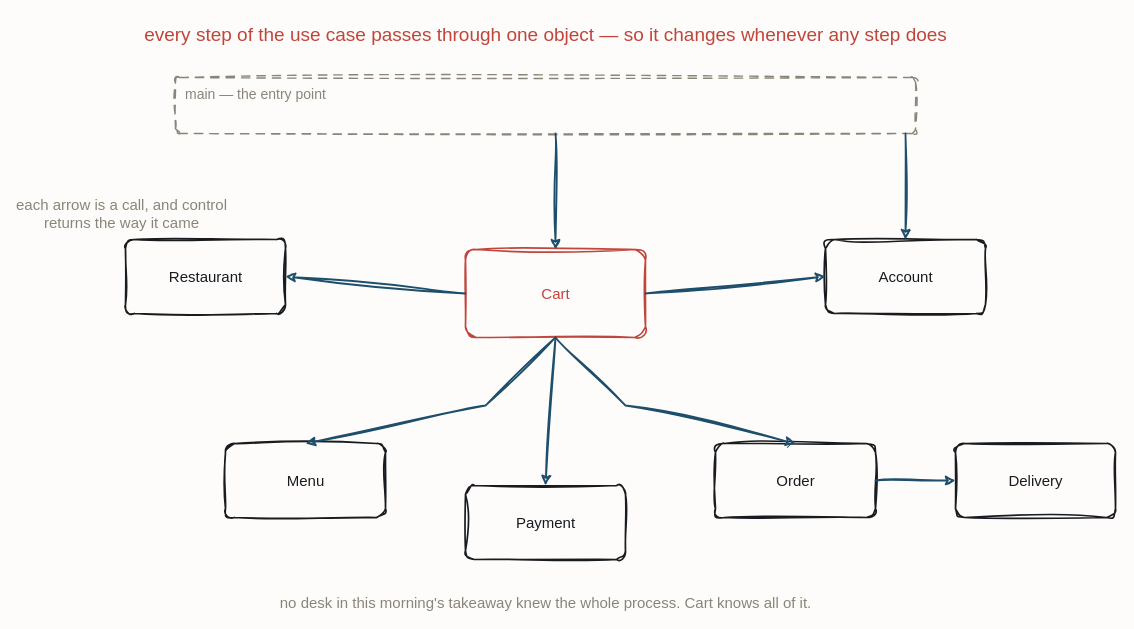
iancooper/practical-messaging keeps this draw.io diagram as resources/flow-call-and-return.drawio. Above is the earlier version. Source tidied: cells renumbered, new cells numbered last; positions are measured from the earlier drawing's top-left corner, leaving out a move shared by most shapes. Both pictures are drawn from the tidied source at 100%, with x=0, y=0 at pixel (61, 17).
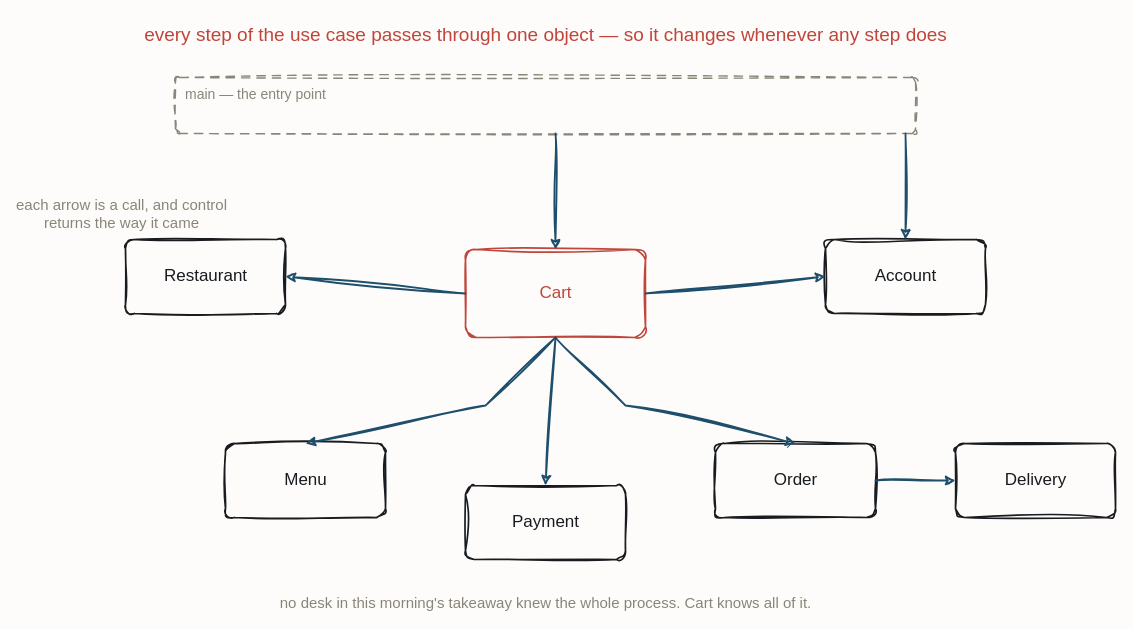
After the change.

Change to the diagram source:
```diff
@@
-    <mxCell id="4" value="Cart" style="sketch=1;hachureGap=4;jiggle=2;curveFitting=1;fontFamily=Caveat;html=1;rounded=1;arcSize=12;strokeColor=#C0453B;strokeWidth=1.7;fillColor=none;fontColor=#C0453B;fontSize=15;" parent="1" vertex="1">
+    <mxCell id="4" value="Cart" style="sketch=1;hachureGap=4;jiggle=2;curveFitting=1;fontFamily=Caveat;html=1;rounded=1;arcSize=12;strokeColor=#C0453B;strokeWidth=1.7;fillColor=none;fontColor=#C0453B;fontSize=17;" parent="1" vertex="1">
       <mxGeometry x="404" y="232" width="180" height="88" as="geometry" />
     </mxCell>
-    <mxCell id="5" value="Restaurant" style="sketch=1;hachureGap=4;jiggle=2;curveFitting=1;fontFamily=Caveat;html=1;rounded=1;arcSize=12;strokeColor=#181B1F;strokeWidth=1.7;fillColor=none;fontColor=#181B1F;fontSize=15;" parent="1" vertex="1">
+    <mxCell id="5" value="Restaurant" style="sketch=1;hachureGap=4;jiggle=2;curveFitting=1;fontFamily=Caveat;html=1;rounded=1;arcSize=12;strokeColor=#181B1F;strokeWidth=1.7;fillColor=none;fontColor=#181B1F;fontSize=17;" parent="1" vertex="1">
       <mxGeometry x="64" y="222" width="160" height="74" as="geometry" />
     </mxCell>
-    <mxCell id="6" value="Account" style="sketch=1;hachureGap=4;jiggle=2;curveFitting=1;fontFamily=Caveat;html=1;rounded=1;arcSize=12;strokeColor=#181B1F;strokeWidth=1.7;fillColor=none;fontColor=#181B1F;fontSize=15;" parent="1" vertex="1">
+    <mxCell id="6" value="Account" style="sketch=1;hachureGap=4;jiggle=2;curveFitting=1;fontFamily=Caveat;html=1;rounded=1;arcSize=12;strokeColor=#181B1F;strokeWidth=1.7;fillColor=none;fontColor=#181B1F;fontSize=17;" parent="1" vertex="1">
       <mxGeometry x="764" y="222" width="160" height="74" as="geometry" />
     </mxCell>
-    <mxCell id="7" value="Menu" style="sketch=1;hachureGap=4;jiggle=2;curveFitting=1;fontFamily=Caveat;html=1;rounded=1;arcSize=12;strokeColor=#181B1F;strokeWidth=1.7;fillColor=none;fontColor=#181B1F;fontSize=15;" parent="1" vertex="1">
+    <mxCell id="7" value="Menu" style="sketch=1;hachureGap=4;jiggle=2;curveFitting=1;fontFamily=Caveat;html=1;rounded=1;arcSize=12;strokeColor=#181B1F;strokeWidth=1.7;fillColor=none;fontColor=#181B1F;fontSize=17;" parent="1" vertex="1">
       <mxGeometry x="164" y="426" width="160" height="74" as="geometry" />
     </mxCell>
-    <mxCell id="8" value="Payment" style="sketch=1;hachureGap=4;jiggle=2;curveFitting=1;fontFamily=Caveat;html=1;rounded=1;arcSize=12;strokeColor=#181B1F;strokeWidth=1.7;fillColor=none;fontColor=#181B1F;fontSize=15;" parent="1" vertex="1">
+    <mxCell id="8" value="Payment" style="sketch=1;hachureGap=4;jiggle=2;curveFitting=1;fontFamily=Caveat;html=1;rounded=1;arcSize=12;strokeColor=#181B1F;strokeWidth=1.7;fillColor=none;fontColor=#181B1F;fontSize=17;" parent="1" vertex="1">
       <mxGeometry x="404" y="468" width="160" height="74" as="geometry" />
     </mxCell>
-    <mxCell id="9" value="Order" style="sketch=1;hachureGap=4;jiggle=2;curveFitting=1;fontFamily=Caveat;html=1;rounded=1;arcSize=12;strokeColor=#181B1F;strokeWidth=1.7;fillColor=none;fontColor=#181B1F;fontSize=15;" parent="1" vertex="1">
+    <mxCell id="9" value="Order" style="sketch=1;hachureGap=4;jiggle=2;curveFitting=1;fontFamily=Caveat;html=1;rounded=1;arcSize=12;strokeColor=#181B1F;strokeWidth=1.7;fillColor=none;fontColor=#181B1F;fontSize=17;" parent="1" vertex="1">
       <mxGeometry x="654" y="426" width="160" height="74" as="geometry" />
     </mxCell>
-    <mxCell id="10" value="Delivery" style="sketch=1;hachureGap=4;jiggle=2;curveFitting=1;fontFamily=Caveat;html=1;rounded=1;arcSize=12;strokeColor=#181B1F;strokeWidth=1.7;fillColor=none;fontColor=#181B1F;fontSize=15;" parent="1" vertex="1">
+    <mxCell id="10" value="Delivery" style="sketch=1;hachureGap=4;jiggle=2;curveFitting=1;fontFamily=Caveat;html=1;rounded=1;arcSize=12;strokeColor=#181B1F;strokeWidth=1.7;fillColor=none;fontColor=#181B1F;fontSize=17;" parent="1" vertex="1">
       <mxGeometry x="894" y="426" width="160" height="74" as="geometry" />
     </mxCell>
```
